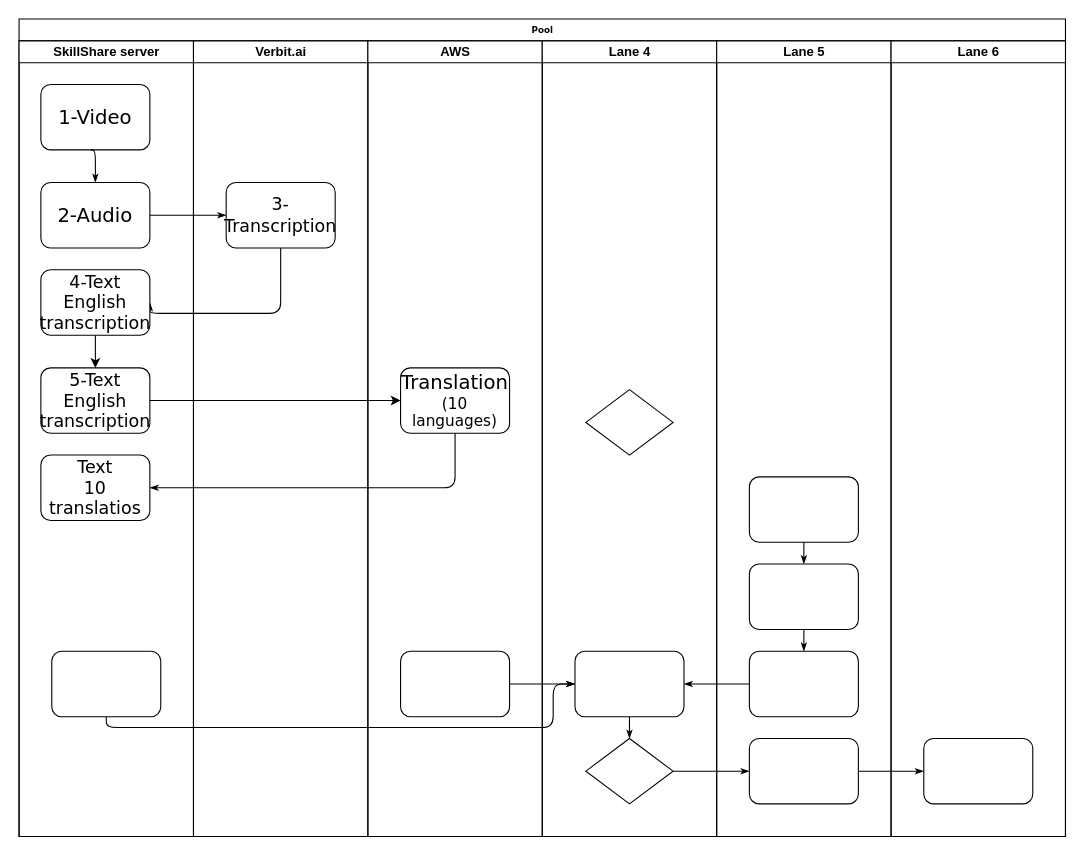
Above: 00 docs/00_general_flowchart.drawio in leocjj/skillshare (draw.io), before the change. Source tidied: cells renumbered, new cells numbered last; positions are measured from the earlier drawing's top-left corner, leaving out a move shared by most shapes. Both pictures are drawn from the tidied source at 109%, with x=0, y=0 at pixel (19, 19).
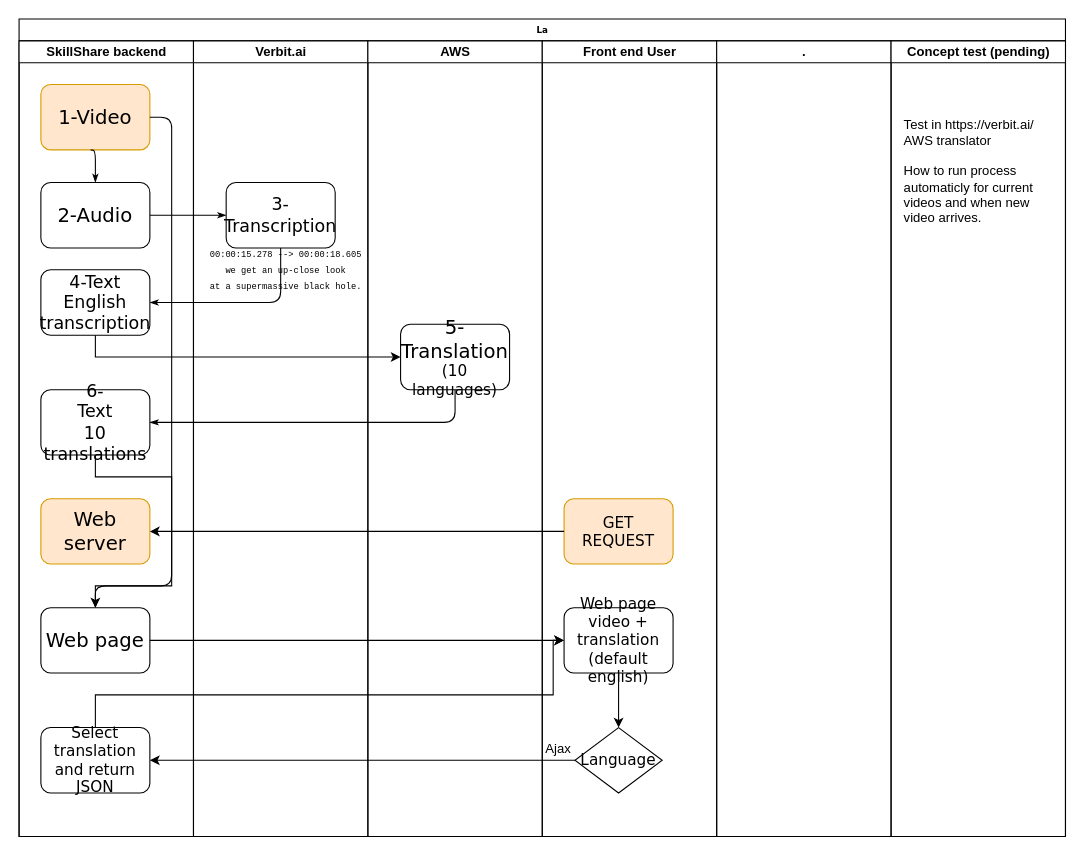
The same page after the edit.

Commit message (it also covers changes not shown here):
General Flow Chart

The change refers to these unchanged cells:
```xml
<mxCell id="16" value="&lt;font size=&quot;3&quot;&gt;4-Text&lt;br&gt;English transcription&lt;br&gt;&lt;/font&gt;" style="rounded=1;whiteSpace=wrap;html=1;shadow=0;labelBackgroundColor=none;strokeWidth=1;fontFamily=Verdana;fontSize=8;align=center;" parent="10" vertex="1">
  <mxGeometry x="20" y="210" width="100" height="60" as="geometry" />
</mxCell>
<mxCell id="21" value="Verbit.ai" style="swimlane;html=1;startSize=20;" parent="2" vertex="1">
  <mxGeometry x="160" y="20" width="160" height="730" as="geometry" />
</mxCell>
<mxCell id="22" value="&lt;h1&gt;&lt;span style=&quot;font-weight: normal&quot;&gt;3-Transcription&lt;/span&gt;&lt;/h1&gt;" style="rounded=1;whiteSpace=wrap;html=1;shadow=0;labelBackgroundColor=none;strokeWidth=1;fontFamily=Verdana;fontSize=8;align=center;" parent="21" vertex="1">
  <mxGeometry x="30" y="130" width="100" height="60" as="geometry" />
</mxCell>
<mxCell id="23" value="AWS" style="swimlane;html=1;startSize=20;" parent="2" vertex="1">
  <mxGeometry x="320" y="20" width="160" height="730" as="geometry" />
</mxCell>
```

The edit, as a diff of the source:
```diff
@@
-    <mxCell id="2" value="Pool" style="swimlane;html=1;startSize=20;rounded=0;shadow=0;labelBackgroundColor=none;strokeWidth=1;fontFamily=Verdana;fontSize=8;align=center;" parent="1" vertex="1">
+    <mxCell id="2" value="La" style="swimlane;html=1;startSize=20;rounded=0;shadow=0;labelBackgroundColor=none;strokeWidth=1;fontFamily=Verdana;fontSize=8;align=center;" parent="1" vertex="1">
       <mxGeometry width="960" height="750" as="geometry" />
     </mxCell>
-    <mxCell id="3" style="edgeStyle=orthogonalEdgeStyle;rounded=1;html=1;labelBackgroundColor=none;startArrow=none;startFill=0;startSize=5;endArrow=classicThin;endFill=1;endSize=5;jettySize=auto;strokeWidth=1;fontFamily=Verdana;fontSize=8;" parent="2" edge="1" source="29" target="35">
-      <mxGeometry relative="1" as="geometry" />
-    </mxCell>
-    <mxCell id="4" style="edgeStyle=orthogonalEdgeStyle;rounded=1;html=1;labelBackgroundColor=none;startArrow=none;startFill=0;startSize=5;endArrow=classicThin;endFill=1;endSize=5;jettySize=auto;strokeWidth=1;fontFamily=Verdana;fontSize=8;" parent="2" edge="1" source="35" target="39">
-      <mxGeometry relative="1" as="geometry" />
-    </mxCell>
-    <mxCell id="5" style="edgeStyle=orthogonalEdgeStyle;rounded=1;html=1;labelBackgroundColor=none;startArrow=none;startFill=0;startSize=5;endArrow=classicThin;endFill=1;endSize=5;jettySize=auto;strokeColor=#000000;strokeWidth=1;fontFamily=Verdana;fontSize=8;fontColor=#000000;" parent="2" edge="1" source="34" target="28">
-      <mxGeometry relative="1" as="geometry" />
-    </mxCell>
-    <mxCell id="6" style="edgeStyle=orthogonalEdgeStyle;rounded=1;html=1;labelBackgroundColor=none;startArrow=none;startFill=0;startSize=5;endArrow=classicThin;endFill=1;endSize=5;jettySize=auto;strokeWidth=1;fontFamily=Verdana;fontSize=8;" parent="2" edge="1" source="11" target="28">
-      <mxGeometry relative="1" as="geometry">
-        <Array as="points">
-          <mxPoint x="80" y="650" />
-          <mxPoint x="490" y="650" />
-          <mxPoint x="490" y="610" />
-        </Array>
-      </mxGeometry>
-    </mxCell>
-    <mxCell id="7" style="edgeStyle=orthogonalEdgeStyle;rounded=1;html=1;labelBackgroundColor=none;startArrow=none;startFill=0;startSize=5;endArrow=classicThin;endFill=1;endSize=5;jettySize=auto;strokeWidth=1;fontFamily=Verdana;fontSize=8;" parent="2" edge="1" source="24" target="28">
-      <mxGeometry relative="1" as="geometry" />
-    </mxCell>
@@
     <mxCell id="9" style="edgeStyle=orthogonalEdgeStyle;rounded=1;html=1;labelBackgroundColor=none;startArrow=none;startFill=0;startSize=5;endArrow=classicThin;endFill=1;endSize=5;jettySize=auto;strokeWidth=1;fontFamily=Verdana;fontSize=8;entryX=1;entryY=0.5;entryDx=0;entryDy=0;" parent="2" edge="1" source="22" target="16">
       <mxGeometry relative="1" as="geometry">
         <Array as="points">
-          <mxPoint x="240" y="270" />
+          <mxPoint x="240" y="260" />
         </Array>
       </mxGeometry>
     </mxCell>
-    <mxCell id="10" value="SkillShare server" style="swimlane;html=1;startSize=20;" parent="2" vertex="1">
+    <mxCell id="10" value="SkillShare backend" style="swimlane;html=1;startSize=20;" parent="2" vertex="1">
       <mxGeometry y="20" width="160" height="730" as="geometry" />
     </mxCell>
-    <mxCell id="11" style="rounded=1;whiteSpace=wrap;html=1;shadow=0;labelBackgroundColor=none;strokeWidth=1;fontFamily=Verdana;fontSize=8;align=center;" parent="10" vertex="1">
-      <mxGeometry x="30" y="560" width="100" height="60" as="geometry" />
-    </mxCell>
+    <mxCell id="33" value="&lt;font style=&quot;font-size: 18px&quot;&gt;Web server&lt;/font&gt;" style="rounded=1;whiteSpace=wrap;html=1;shadow=0;labelBackgroundColor=none;strokeWidth=1;fontFamily=Verdana;fontSize=8;align=center;fillColor=#ffe6cc;strokeColor=#d79b00;" parent="10" vertex="1">
+      <mxGeometry x="20" y="420" width="100" height="60" as="geometry" />
+    </mxCell>
-    <mxCell id="12" value="&lt;font style=&quot;font-size: 18px&quot;&gt;1-Video&lt;/font&gt;" style="rounded=1;whiteSpace=wrap;html=1;shadow=0;labelBackgroundColor=none;strokeWidth=1;fontFamily=Verdana;fontSize=8;align=center;" parent="10" vertex="1">
+    <mxCell id="12" value="&lt;font style=&quot;font-size: 18px&quot;&gt;1-Video&lt;/font&gt;" style="rounded=1;whiteSpace=wrap;html=1;shadow=0;labelBackgroundColor=none;strokeWidth=1;fontFamily=Verdana;fontSize=8;align=center;fillColor=#ffe6cc;strokeColor=#d79b00;" parent="10" vertex="1">
       <mxGeometry x="20" y="40" width="100" height="60" as="geometry" />
     </mxCell>
@@
-    <mxCell id="15" style="edgeStyle=orthogonalEdgeStyle;rounded=0;jettySize=auto;html=1;" parent="10" edge="1" source="16" target="17">
-      <mxGeometry relative="1" as="geometry" />
-    </mxCell>
@@
-    <mxCell id="17" value="&lt;font size=&quot;3&quot;&gt;5-Text&lt;br&gt;English transcription&lt;br&gt;&lt;/font&gt;" style="rounded=1;whiteSpace=wrap;html=1;shadow=0;labelBackgroundColor=none;strokeWidth=1;fontFamily=Verdana;fontSize=8;align=center;" parent="10" vertex="1">
-      <mxGeometry x="20" y="300" width="100" height="60" as="geometry" />
-    </mxCell>
+    <mxCell id="36" style="edgeStyle=orthogonalEdgeStyle;rounded=1;html=1;labelBackgroundColor=none;startArrow=none;startFill=0;startSize=5;endArrow=classicThin;endFill=1;endSize=5;jettySize=auto;strokeWidth=1;fontFamily=Verdana;fontSize=8;exitX=1;exitY=0.5;exitDx=0;exitDy=0;entryX=0.5;entryY=0;entryDx=0;entryDy=0;" parent="10" edge="1" source="12" target="32">
+      <mxGeometry relative="1" as="geometry">
+        <Array as="points">
+          <mxPoint x="140" y="70" />
+          <mxPoint x="140" y="500" />
+          <mxPoint x="70" y="500" />
+        </Array>
+      </mxGeometry>
+    </mxCell>
-    <mxCell id="18" value="&lt;font size=&quot;3&quot;&gt;Text&lt;br&gt;10 translatios&lt;br&gt;&lt;/font&gt;" style="rounded=1;whiteSpace=wrap;html=1;shadow=0;labelBackgroundColor=none;strokeWidth=1;fontFamily=Verdana;fontSize=8;align=center;" parent="10" vertex="1">
-      <mxGeometry x="20" y="380" width="100" height="60" as="geometry" />
+    <mxCell id="18" value="&lt;font size=&quot;3&quot;&gt;6-&lt;br&gt;Text&lt;br&gt;10 translations&lt;br&gt;&lt;/font&gt;" style="rounded=1;whiteSpace=wrap;html=1;shadow=0;labelBackgroundColor=none;strokeWidth=1;fontFamily=Verdana;fontSize=8;align=center;" parent="10" vertex="1">
+      <mxGeometry x="20" y="320" width="100" height="60" as="geometry" />
     </mxCell>
+    <mxCell id="40" style="edgeStyle=orthogonalEdgeStyle;rounded=0;jettySize=auto;html=1;entryX=0.5;entryY=0;entryDx=0;entryDy=0;exitX=0.5;exitY=1;exitDx=0;exitDy=0;" parent="10" edge="1" source="18" target="32">
+      <mxGeometry relative="1" as="geometry">
+        <Array as="points">
+          <mxPoint x="70" y="400" />
+          <mxPoint x="140" y="400" />
+          <mxPoint x="140" y="500" />
+          <mxPoint x="70" y="500" />
+        </Array>
+      </mxGeometry>
+    </mxCell>
+    <mxCell id="32" value="&lt;font style=&quot;font-size: 18px&quot;&gt;Web page&lt;/font&gt;" style="rounded=1;whiteSpace=wrap;html=1;shadow=0;labelBackgroundColor=none;strokeWidth=1;fontFamily=Verdana;fontSize=8;align=center;" parent="10" vertex="1">
+      <mxGeometry x="20" y="520" width="100" height="60" as="geometry" />
+    </mxCell>
+    <mxCell id="34" value="&lt;font style=&quot;font-size: 14px&quot;&gt;Select translation and return JSON&lt;/font&gt;" style="rounded=1;whiteSpace=wrap;html=1;shadow=0;labelBackgroundColor=none;strokeWidth=1;fontFamily=Verdana;fontSize=8;align=center;" parent="10" vertex="1">
+      <mxGeometry x="20" y="630" width="100" height="60" as="geometry" />
+    </mxCell>
-    <mxCell id="19" style="edgeStyle=orthogonalEdgeStyle;rounded=0;jettySize=auto;html=1;exitX=1;exitY=0.5;exitDx=0;exitDy=0;entryX=0;entryY=0.5;entryDx=0;entryDy=0;" parent="2" edge="1" source="17" target="25">
+    <mxCell id="19" style="edgeStyle=orthogonalEdgeStyle;rounded=0;jettySize=auto;html=1;exitX=0.5;exitY=1;exitDx=0;exitDy=0;entryX=0;entryY=0.5;entryDx=0;entryDy=0;" parent="2" edge="1" source="16" target="25">
       <mxGeometry relative="1" as="geometry" />
     </mxCell>
     <mxCell id="20" style="edgeStyle=orthogonalEdgeStyle;rounded=1;html=1;labelBackgroundColor=none;startArrow=none;startFill=0;startSize=5;endArrow=classicThin;endFill=1;endSize=5;jettySize=auto;strokeWidth=1;fontFamily=Verdana;fontSize=8;exitX=0.5;exitY=1;exitDx=0;exitDy=0;entryX=1;entryY=0.5;entryDx=0;entryDy=0;" parent="2" edge="1" source="25" target="18">
       <mxGeometry relative="1" as="geometry">
         <Array as="points">
-          <mxPoint x="400" y="430" />
+          <mxPoint x="400" y="370" />
         </Array>
       </mxGeometry>
     </mxCell>
@@
+    <mxCell id="41" value="&lt;pre&gt;&lt;font style=&quot;font-size: 8px&quot;&gt;00:00:15.278 --&amp;gt; 00:00:18.605&lt;br/&gt;we get an up-close look&lt;br/&gt;at a supermassive black hole.&lt;/font&gt;&lt;/pre&gt;" style="text;html=1;strokeColor=none;fillColor=none;align=center;verticalAlign=middle;whiteSpace=wrap;rounded=0;" parent="21" vertex="1">
+      <mxGeometry x="10" y="180" width="150" height="60" as="geometry" />
+    </mxCell>
@@
-    <mxCell id="24" style="rounded=1;whiteSpace=wrap;html=1;shadow=0;labelBackgroundColor=none;strokeWidth=1;fontFamily=Verdana;fontSize=8;align=center;" parent="23" vertex="1">
-      <mxGeometry x="30" y="560" width="100" height="60" as="geometry" />
-    </mxCell>
-    <mxCell id="25" value="&lt;font&gt;&lt;span style=&quot;font-size: 18px&quot;&gt;Translation&lt;/span&gt;&lt;br&gt;&lt;font style=&quot;font-size: 14px&quot;&gt;(10 languages)&lt;/font&gt;&lt;br&gt;&lt;/font&gt;" style="rounded=1;whiteSpace=wrap;html=1;shadow=0;labelBackgroundColor=none;strokeWidth=1;fontFamily=Verdana;fontSize=8;align=center;" parent="23" vertex="1">
-      <mxGeometry x="30" y="300" width="100" height="60" as="geometry" />
+    <mxCell id="25" value="&lt;font&gt;&lt;span style=&quot;font-size: 18px&quot;&gt;5-&lt;br&gt;Translation&lt;/span&gt;&lt;br&gt;&lt;font style=&quot;font-size: 14px&quot;&gt;(10 languages)&lt;/font&gt;&lt;br&gt;&lt;/font&gt;" style="rounded=1;whiteSpace=wrap;html=1;shadow=0;labelBackgroundColor=none;strokeWidth=1;fontFamily=Verdana;fontSize=8;align=center;" parent="23" vertex="1">
+      <mxGeometry x="30" y="260" width="100" height="60" as="geometry" />
     </mxCell>
-    <mxCell id="26" value="Lane 4" style="swimlane;html=1;startSize=20;" parent="2" vertex="1">
+    <mxCell id="26" value="Front end User" style="swimlane;html=1;startSize=20;" parent="2" vertex="1">
       <mxGeometry x="480" y="20" width="160" height="730" as="geometry" />
     </mxCell>
-    <mxCell id="27" style="rhombus;whiteSpace=wrap;html=1;rounded=0;shadow=0;labelBackgroundColor=none;strokeWidth=1;fontFamily=Verdana;fontSize=8;align=center;" parent="26" vertex="1">
-      <mxGeometry x="40" y="320" width="80" height="60" as="geometry" />
-    </mxCell>
+    <mxCell id="42" value="Ajax" style="text;html=1;strokeColor=none;fillColor=none;align=center;verticalAlign=middle;whiteSpace=wrap;rounded=0;" parent="26" vertex="1">
+      <mxGeometry x="-10" y="640" width="50" height="20" as="geometry" />
+    </mxCell>
+    <mxCell id="29" value="&lt;font style=&quot;font-size: 14px&quot;&gt;Language&lt;/font&gt;" style="rhombus;whiteSpace=wrap;html=1;rounded=0;shadow=0;labelBackgroundColor=none;strokeWidth=1;fontFamily=Verdana;fontSize=8;align=center;" parent="26" vertex="1">
+      <mxGeometry x="30" y="630" width="80" height="60" as="geometry" />
+    </mxCell>
-    <mxCell id="28" style="rounded=1;whiteSpace=wrap;html=1;shadow=0;labelBackgroundColor=none;strokeWidth=1;fontFamily=Verdana;fontSize=8;align=center;" parent="26" vertex="1">
-      <mxGeometry x="30" y="560" width="100" height="60" as="geometry" />
+    <mxCell id="28" value="&lt;font style=&quot;font-size: 14px&quot;&gt;Web page&lt;br&gt;video + translation&lt;br&gt;(default english)&lt;/font&gt;" style="rounded=1;whiteSpace=wrap;html=1;shadow=0;labelBackgroundColor=none;strokeWidth=1;fontFamily=Verdana;fontSize=8;align=center;" parent="26" vertex="1">
+      <mxGeometry x="20" y="520" width="100" height="60" as="geometry" />
     </mxCell>
-    <mxCell id="29" style="rhombus;whiteSpace=wrap;html=1;rounded=0;shadow=0;labelBackgroundColor=none;strokeWidth=1;fontFamily=Verdana;fontSize=8;align=center;" parent="26" vertex="1">
-      <mxGeometry x="40" y="640" width="80" height="60" as="geometry" />
-    </mxCell>
+    <mxCell id="24" value="&lt;font style=&quot;font-size: 14px&quot;&gt;GET REQUEST&lt;/font&gt;" style="rounded=1;whiteSpace=wrap;html=1;shadow=0;labelBackgroundColor=none;strokeWidth=1;fontFamily=Verdana;fontSize=8;align=center;fillColor=#ffe6cc;strokeColor=#d79b00;" parent="26" vertex="1">
+      <mxGeometry x="20" y="420" width="100" height="60" as="geometry" />
+    </mxCell>
-    <mxCell id="30" style="edgeStyle=orthogonalEdgeStyle;rounded=1;html=1;labelBackgroundColor=none;startArrow=none;startFill=0;startSize=5;endArrow=classicThin;endFill=1;endSize=5;jettySize=auto;strokeWidth=1;fontFamily=Verdana;fontSize=8;" parent="26" edge="1" source="28" target="29">
+    <mxCell id="30" style="edgeStyle=orthogonalEdgeStyle;rounded=0;jettySize=auto;html=1;exitX=0.5;exitY=1;exitDx=0;exitDy=0;entryX=0.5;entryY=0;entryDx=0;entryDy=0;" parent="26" edge="1" source="28" target="29">
       <mxGeometry relative="1" as="geometry" />
     </mxCell>
-    <mxCell id="31" value="Lane 5" style="swimlane;html=1;startSize=20;" parent="2" vertex="1">
+    <mxCell id="31" value="." style="swimlane;html=1;startSize=20;" parent="2" vertex="1">
       <mxGeometry x="640" y="20" width="160" height="730" as="geometry" />
     </mxCell>
-    <mxCell id="32" style="rounded=1;whiteSpace=wrap;html=1;shadow=0;labelBackgroundColor=none;strokeWidth=1;fontFamily=Verdana;fontSize=8;align=center;" parent="31" vertex="1">
-      <mxGeometry x="30" y="400" width="100" height="60" as="geometry" />
-    </mxCell>
-    <mxCell id="33" style="rounded=1;whiteSpace=wrap;html=1;shadow=0;labelBackgroundColor=none;strokeWidth=1;fontFamily=Verdana;fontSize=8;align=center;" parent="31" vertex="1">
-      <mxGeometry x="30" y="480" width="100" height="60" as="geometry" />
-    </mxCell>
-    <mxCell id="34" style="rounded=1;whiteSpace=wrap;html=1;shadow=0;labelBackgroundColor=none;strokeWidth=1;fontFamily=Verdana;fontSize=8;align=center;" parent="31" vertex="1">
-      <mxGeometry x="30" y="560" width="100" height="60" as="geometry" />
-    </mxCell>
-    <mxCell id="35" style="rounded=1;whiteSpace=wrap;html=1;shadow=0;labelBackgroundColor=none;strokeWidth=1;fontFamily=Verdana;fontSize=8;align=center;" parent="31" vertex="1">
-      <mxGeometry x="30" y="640" width="100" height="60" as="geometry" />
-    </mxCell>
-    <mxCell id="36" style="edgeStyle=orthogonalEdgeStyle;rounded=1;html=1;labelBackgroundColor=none;startArrow=none;startFill=0;startSize=5;endArrow=classicThin;endFill=1;endSize=5;jettySize=auto;strokeWidth=1;fontFamily=Verdana;fontSize=8;" parent="31" edge="1" source="32" target="33">
-      <mxGeometry relative="1" as="geometry" />
-    </mxCell>
-    <mxCell id="37" style="edgeStyle=orthogonalEdgeStyle;rounded=1;html=1;labelBackgroundColor=none;startArrow=none;startFill=0;startSize=5;endArrow=classicThin;endFill=1;endSize=5;jettySize=auto;strokeWidth=1;fontFamily=Verdana;fontSize=8;" parent="31" edge="1" source="33" target="34">
-      <mxGeometry relative="1" as="geometry" />
-    </mxCell>
-    <mxCell id="38" value="Lane 6" style="swimlane;html=1;startSize=20;" parent="2" vertex="1">
+    <mxCell id="38" value="Concept test (pending)" style="swimlane;html=1;startSize=20;" parent="2" vertex="1">
       <mxGeometry x="800" y="20" width="160" height="730" as="geometry" />
     </mxCell>
-    <mxCell id="39" style="rounded=1;whiteSpace=wrap;html=1;shadow=0;labelBackgroundColor=none;strokeWidth=1;fontFamily=Verdana;fontSize=8;align=center;" parent="38" vertex="1">
-      <mxGeometry x="30" y="640" width="100" height="60" as="geometry" />
-    </mxCell>
+    <mxCell id="43" value="Test in https://verbit.ai/&lt;br&gt;AWS translator&lt;br&gt;&lt;br&gt;How to run process automaticly for current videos and when new video arrives." style="text;html=1;strokeColor=none;fillColor=none;align=left;verticalAlign=middle;whiteSpace=wrap;rounded=0;" parent="38" vertex="1">
+      <mxGeometry x="10" y="30" width="130" height="180" as="geometry" />
+    </mxCell>
+    <mxCell id="44" style="edgeStyle=orthogonalEdgeStyle;rounded=0;jettySize=auto;html=1;exitX=1;exitY=0.5;exitDx=0;exitDy=0;entryX=0;entryY=0.5;entryDx=0;entryDy=0;" parent="2" edge="1" source="32" target="28">
+      <mxGeometry relative="1" as="geometry" />
+    </mxCell>
+    <mxCell id="45" style="edgeStyle=orthogonalEdgeStyle;rounded=0;jettySize=auto;html=1;exitX=0;exitY=0.5;exitDx=0;exitDy=0;" parent="2" edge="1" source="24">
+      <mxGeometry relative="1" as="geometry">
+        <mxPoint x="120" y="470" as="targetPoint" />
+      </mxGeometry>
+    </mxCell>
+    <mxCell id="46" style="edgeStyle=orthogonalEdgeStyle;rounded=0;jettySize=auto;html=1;exitX=0;exitY=0.5;exitDx=0;exitDy=0;entryX=1;entryY=0.5;entryDx=0;entryDy=0;" parent="2" edge="1" source="29" target="34">
+      <mxGeometry relative="1" as="geometry" />
+    </mxCell>
+    <mxCell id="5" style="edgeStyle=orthogonalEdgeStyle;rounded=0;jettySize=auto;html=1;exitX=0.5;exitY=0;exitDx=0;exitDy=0;entryX=0;entryY=0.5;entryDx=0;entryDy=0;" parent="2" edge="1" source="34" target="28">
+      <mxGeometry relative="1" as="geometry">
+        <Array as="points">
+          <mxPoint x="70" y="620" />
+          <mxPoint x="490" y="620" />
+          <mxPoint x="490" y="570" />
+        </Array>
+      </mxGeometry>
+    </mxCell>
```
